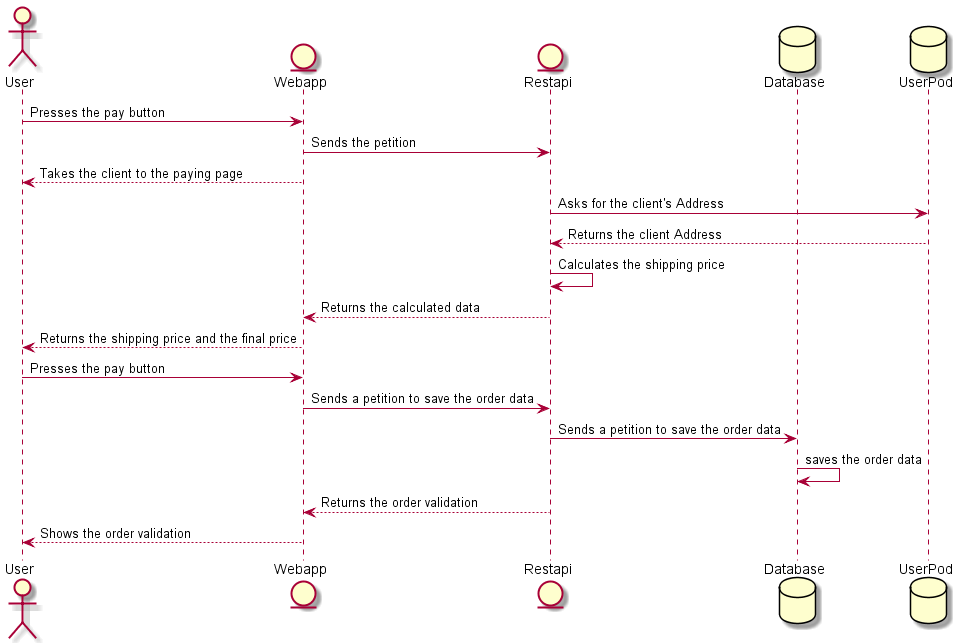
Arquisoft/dede_es3c keeps this PlantUML diagram as images/PayingProcess.png. Above is the earlier version. The source it was exported from:
```plantuml
@startuml
actor User
entity Webapp
entity Restapi
database Database
database UserPod
User-> Webapp: Presses the pay button
Webapp -> Restapi: Sends the petition
Webapp--> User: Takes the client to the paying page
Restapi-> UserPod: Asks for the client's Address
UserPod --> Restapi: Returns the client Address
Restapi -> Restapi : Calculates the shipping price
Restapi --> Webapp : Returns the calculated data
Webapp --> User: Returns the shipping price and the final price
User-> Webapp: Presses the pay button
Webapp -> Restapi : Sends a petition to save the order data
Restapi -> Database : Sends a petition to save the order data
Database -> Database : saves the order data
Restapi --> Webapp: Returns the order validation
Webapp --> User: Shows the order validation
@enduml
```
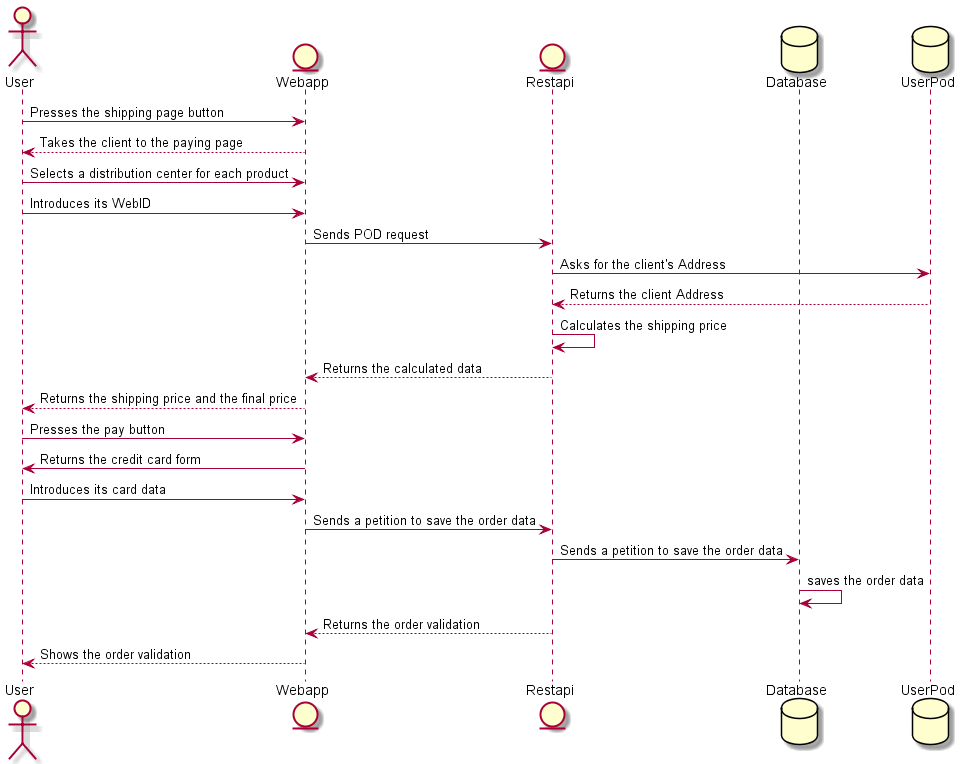
After the change.

The edit, as a diff of the source:
```diff
@@ -4,16 +4,20 @@
 entity Restapi
 database Database
 database UserPod
-User-> Webapp: Presses the pay button
-Webapp -> Restapi: Sends the petition
+User-> Webapp: Presses the shipping page button
 Webapp--> User: Takes the client to the paying page
+User -> Webapp: Selects a distribution center for each product
+User -> Webapp: Introduces its WebID
+Webapp -> Restapi: Sends POD request
 Restapi-> UserPod: Asks for the client's Address
 UserPod --> Restapi: Returns the client Address
 Restapi -> Restapi : Calculates the shipping price
 Restapi --> Webapp : Returns the calculated data
 Webapp --> User: Returns the shipping price and the final price
 User-> Webapp: Presses the pay button
-Webapp -> Restapi : Sends a petition to save the order data
+Webapp -> User: Returns the credit card form
+User -> Webapp: Introduces its card data
+Webapp -> Restapi: Sends a petition to save the order data
 Restapi -> Database : Sends a petition to save the order data
 Database -> Database : saves the order data
 Restapi --> Webapp: Returns the order validation
```
